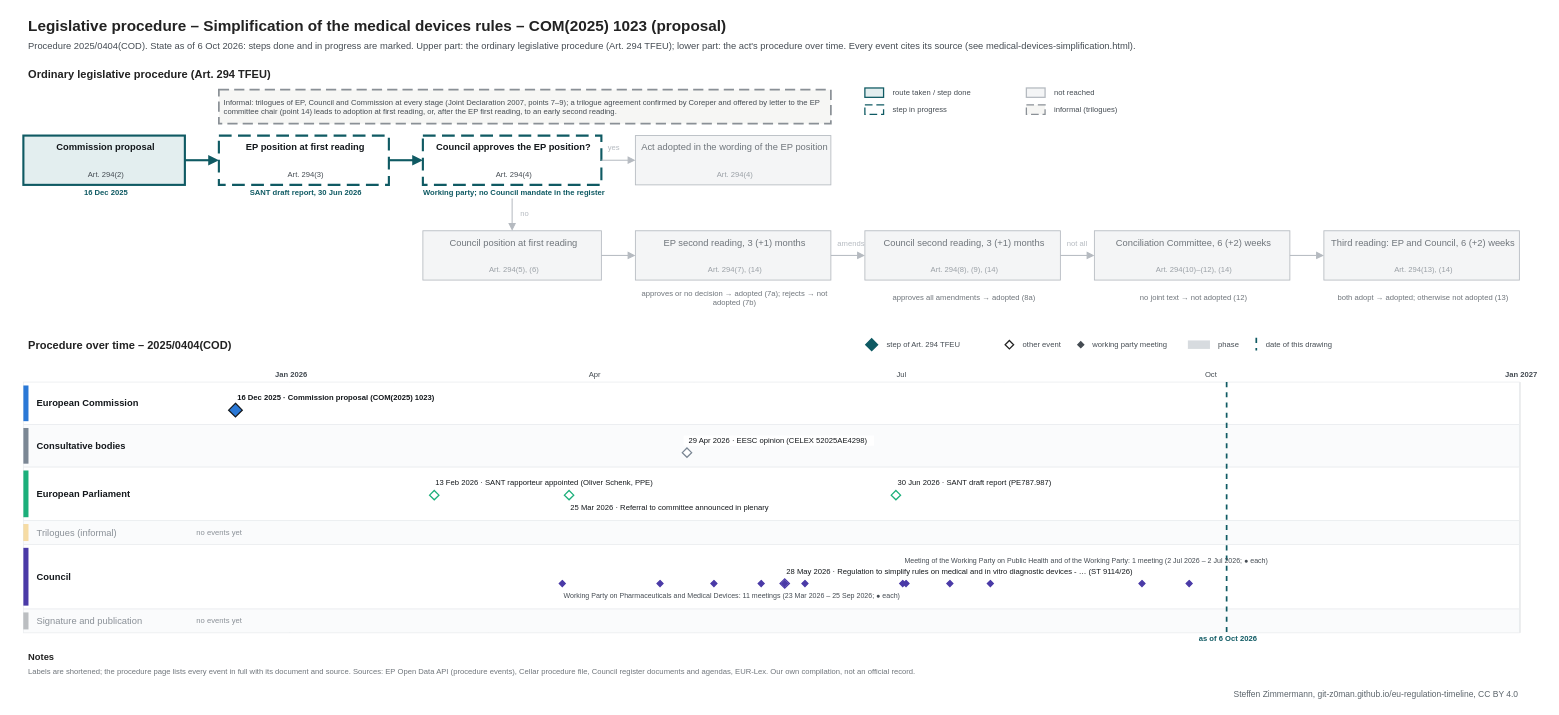
The draw.io diagram procedures/medical-devices-simplification.drawio in git-z0man/eu-regulation-timeline, before the edit. Source tidied: cells renumbered, new cells numbered last; positions are measured from the earlier drawing's top-left corner, leaving out a move shared by most shapes. Both pictures are drawn from the tidied source at 85%, with x=0, y=0 at pixel (14, 14).
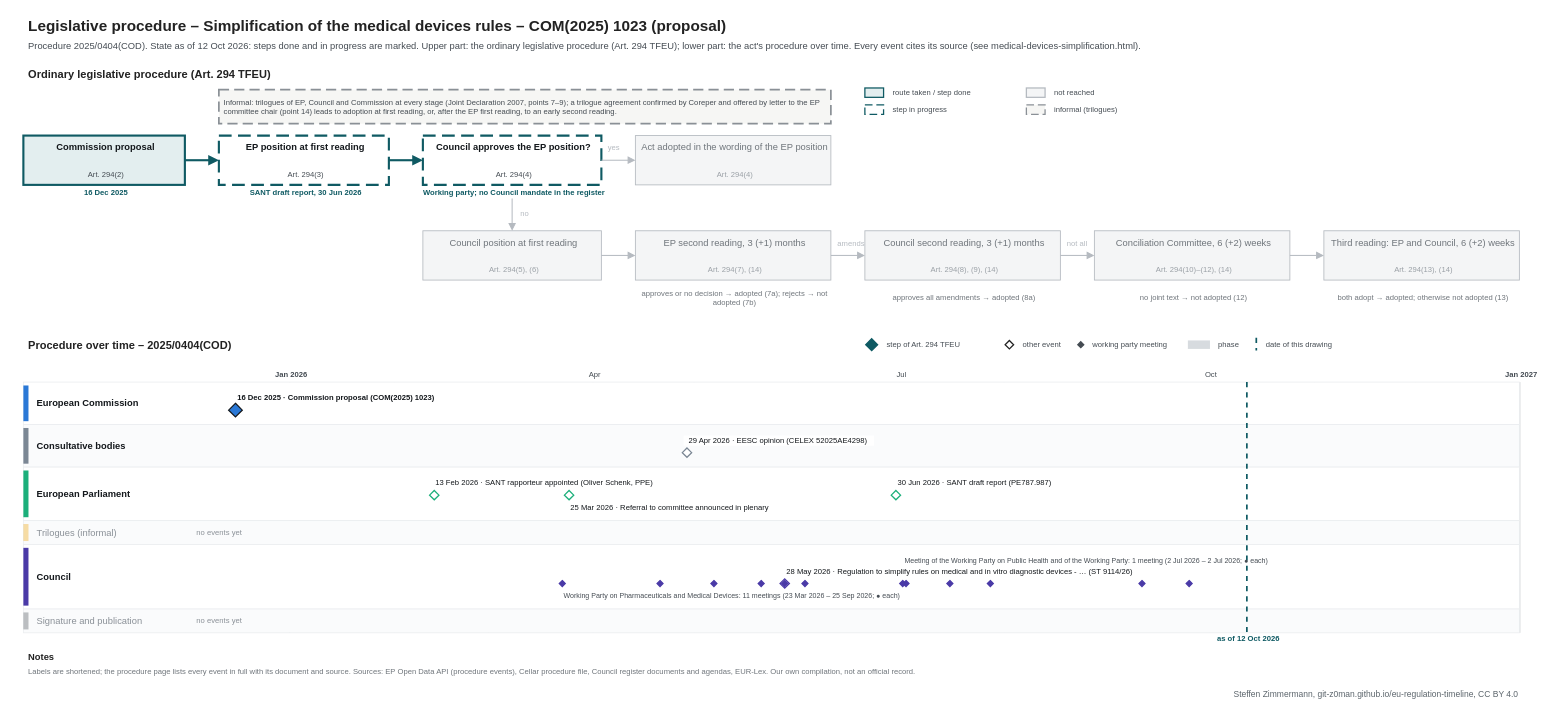
Above is the later version.

The edit, as a diff of the source:
```diff
@@
-    <mxCell id="3" value="Procedure 2025/0404(COD). State as of 6 Oct 2026: steps done and in progress are marked. Upper part: the ordinary legislative procedure (Art. 294 TFEU); lower part: the act's procedure over time. Every event cites its source (see medical-devices-simplification.html)." style="text;html=1;fontSize=11;fontColor=#454c53;align=left;verticalAlign=middle;spacingLeft=4;" parent="1" vertex="1">
+    <mxCell id="3" value="Procedure 2025/0404(COD). State as of 12 Oct 2026: steps done and in progress are marked. Upper part: the ordinary legislative procedure (Art. 294 TFEU); lower part: the act's procedure over time. Every event cites its source (see medical-devices-simplification.html)." style="text;html=1;fontSize=11;fontColor=#454c53;align=left;verticalAlign=middle;spacingLeft=4;" parent="1" vertex="1">
       <mxGeometry x="10" y="28" width="1700" height="18" as="geometry" />
     </mxCell>
@@
     <mxCell id="111" style="line;html=1;strokeWidth=2;strokeColor=#0f5a63;direction=south;dashed=1;" parent="1" vertex="1">
-      <mxGeometry x="1425.1" y="432" width="1" height="295" as="geometry" />
+      <mxGeometry x="1448.9" y="432" width="1" height="295" as="geometry" />
     </mxCell>
-    <mxCell id="112" value="as of 6 Oct 2026" style="text;html=1;fontSize=9;fontColor=#0f5a63;align=center;verticalAlign=middle;spacingLeft=4;fontStyle=1;" parent="1" vertex="1">
-      <mxGeometry x="1365.1" y="728" width="120" height="12" as="geometry" />
+    <mxCell id="112" value="as of 12 Oct 2026" style="text;html=1;fontSize=9;fontColor=#0f5a63;align=center;verticalAlign=middle;spacingLeft=4;fontStyle=1;" parent="1" vertex="1">
+      <mxGeometry x="1388.9" y="728" width="120" height="12" as="geometry" />
     </mxCell>
```
